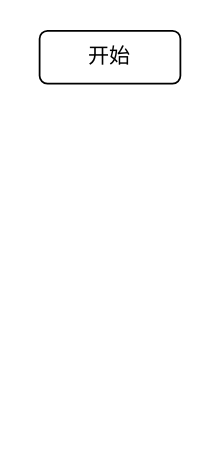
Above: 未命名绘图.drawio in teasysky/ebook (draw.io), before the change. Source tidied: cells renumbered, new cells numbered last; positions are measured from the earlier drawing's top-left corner, leaving out a move shared by most shapes. Both pictures are drawn from the tidied source at 176%, with x=0, y=0 at pixel (39, 30).
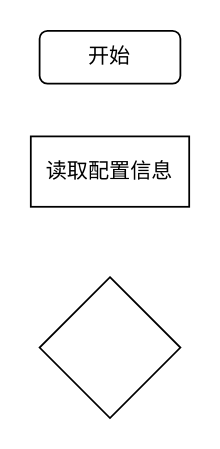
After the change.

The edit, as a diff of the source:
```diff
@@
 <mxGraphModel>
   <root>
     <mxCell id="0" />
     <mxCell id="1" parent="0" />
     <mxCell id="2" value="开始" style="rounded=1;whiteSpace=wrap;html=1;" parent="1" vertex="1">
       <mxGeometry width="80" height="30" as="geometry" />
     </mxCell>
+    <mxCell id="3" value="读取配置信息" style="rounded=0;whiteSpace=wrap;html=1;" parent="1" vertex="1">
+      <mxGeometry x="-5" y="60" width="90" height="40" as="geometry" />
+    </mxCell>
+    <mxCell id="4" style="rhombus;whiteSpace=wrap;html=1;" parent="1" vertex="1">
+      <mxGeometry y="140" width="80" height="80" as="geometry" />
+    </mxCell>
   </root>
 </mxGraphModel>
```
